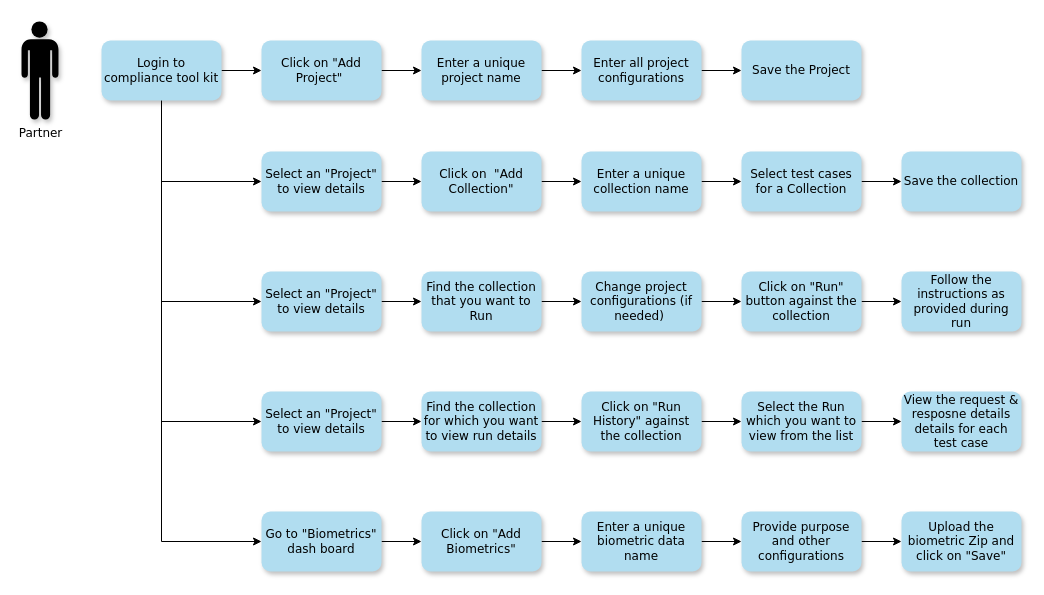
Before: docs/_images/compliance-toolkit-flow-diagram.drawio in mosip/documentation, a draw.io diagram. Source tidied: cells renumbered, new cells numbered last; positions are measured from the earlier drawing's top-left corner, leaving out a move shared by most shapes. Both pictures are drawn from the tidied source at 100%, with x=0, y=0 at pixel (21, 21).
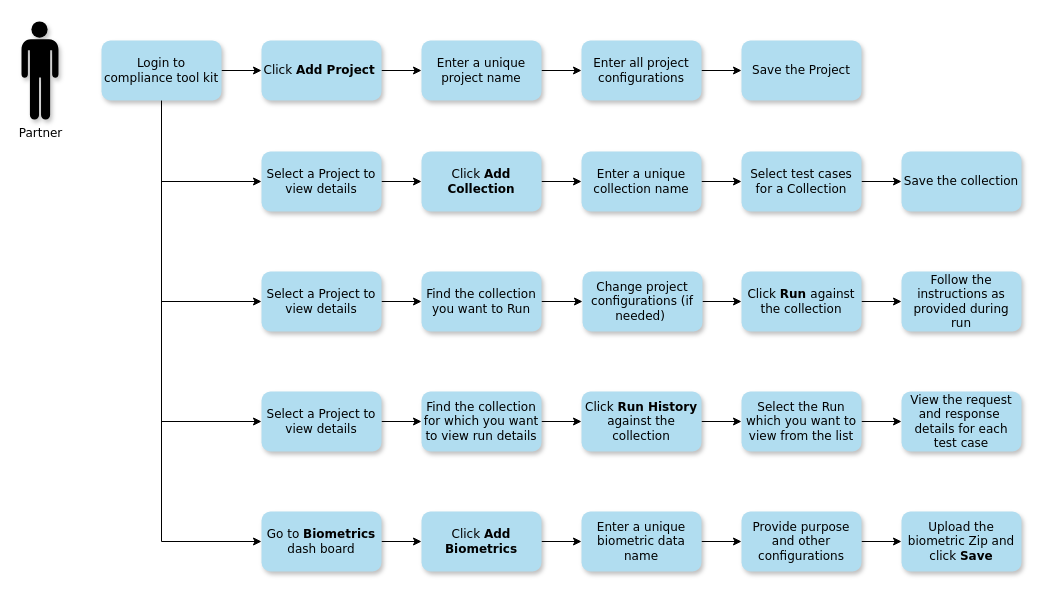
Above is the later version.

What changed in the source:
```diff
@@
-    <mxCell id="10" value="Click on &quot;Add Project&quot;&amp;nbsp;" style="rounded=1;whiteSpace=wrap;html=1;fontFamily=Verdana;fillColor=#b1ddf0;strokeColor=none;shadow=1;" parent="1" vertex="1">
+    <mxCell id="10" value="Click &lt;b&gt;Add Project&lt;/b&gt;&amp;nbsp;" style="rounded=1;whiteSpace=wrap;html=1;fontFamily=Verdana;fillColor=#b1ddf0;strokeColor=none;shadow=1;" parent="1" vertex="1">
       <mxGeometry x="240" y="19" width="120" height="60" as="geometry" />
     </mxCell>
@@
-    <mxCell id="15" value="Select an &quot;Project&quot; to view details" style="rounded=1;whiteSpace=wrap;html=1;fontFamily=Verdana;fillColor=#b1ddf0;strokeColor=none;shadow=1;" parent="1" vertex="1">
+    <mxCell id="15" value="Select a Project to view details" style="rounded=1;whiteSpace=wrap;html=1;fontFamily=Verdana;fillColor=#b1ddf0;strokeColor=none;shadow=1;" parent="1" vertex="1">
       <mxGeometry x="240" y="130" width="120" height="60" as="geometry" />
     </mxCell>
@@
-    <mxCell id="17" value="Click on&amp;nbsp; &quot;Add Collection&quot;" style="rounded=1;whiteSpace=wrap;html=1;fontFamily=Verdana;fillColor=#b1ddf0;strokeColor=none;shadow=1;" parent="1" vertex="1">
+    <mxCell id="17" value="Click &lt;b&gt;Add Collection&lt;/b&gt;" style="rounded=1;whiteSpace=wrap;html=1;fontFamily=Verdana;fillColor=#b1ddf0;strokeColor=none;shadow=1;" parent="1" vertex="1">
       <mxGeometry x="400" y="130" width="120" height="60" as="geometry" />
     </mxCell>
@@
-    <mxCell id="26" value="Select an &quot;Project&quot; to view details" style="rounded=1;whiteSpace=wrap;html=1;fontFamily=Verdana;fillColor=#b1ddf0;strokeColor=none;shadow=1;" parent="1" vertex="1">
+    <mxCell id="26" value="Select a Project to view details" style="rounded=1;whiteSpace=wrap;html=1;fontFamily=Verdana;fillColor=#b1ddf0;strokeColor=none;shadow=1;" parent="1" vertex="1">
       <mxGeometry x="240" y="250" width="120" height="60" as="geometry" />
     </mxCell>
@@
-    <mxCell id="28" value="Find the collection that you want to Run" style="rounded=1;whiteSpace=wrap;html=1;fontFamily=Verdana;fillColor=#b1ddf0;strokeColor=none;shadow=1;" parent="1" vertex="1">
+    <mxCell id="28" value="Find the collection you want to Run" style="rounded=1;whiteSpace=wrap;html=1;fontFamily=Verdana;fillColor=#b1ddf0;strokeColor=none;shadow=1;" parent="1" vertex="1">
       <mxGeometry x="400" y="250" width="120" height="60" as="geometry" />
     </mxCell>
@@
     <mxCell id="30" value="Change project configurations (if needed)&amp;nbsp;" style="rounded=1;whiteSpace=wrap;html=1;fontFamily=Verdana;fillColor=#b1ddf0;strokeColor=none;shadow=1;" parent="1" vertex="1">
-      <mxGeometry x="560" y="250" width="120" height="60" as="geometry" />
+      <mxGeometry x="561" y="250" width="120" height="60" as="geometry" />
     </mxCell>
@@
-    <mxCell id="32" value="Click on &quot;Run&quot; button against the collection" style="rounded=1;whiteSpace=wrap;html=1;fontFamily=Verdana;fillColor=#b1ddf0;strokeColor=none;shadow=1;" parent="1" vertex="1">
+    <mxCell id="32" value="Click &lt;b&gt;Run &lt;/b&gt;against the collection" style="rounded=1;whiteSpace=wrap;html=1;fontFamily=Verdana;fillColor=#b1ddf0;strokeColor=none;shadow=1;" parent="1" vertex="1">
       <mxGeometry x="720" y="250" width="120" height="60" as="geometry" />
     </mxCell>
@@
-    <mxCell id="35" value="Go to &quot;Biometrics&quot; dash board" style="rounded=1;whiteSpace=wrap;html=1;fontFamily=Verdana;fillColor=#b1ddf0;strokeColor=none;shadow=1;" parent="1" vertex="1">
+    <mxCell id="35" value="Go to &lt;b&gt;Biometrics&lt;/b&gt; dash board" style="rounded=1;whiteSpace=wrap;html=1;fontFamily=Verdana;fillColor=#b1ddf0;strokeColor=none;shadow=1;" parent="1" vertex="1">
       <mxGeometry x="240" y="490" width="120" height="60" as="geometry" />
     </mxCell>
@@
-    <mxCell id="37" value="Click on &quot;Add Biometrics&quot;" style="rounded=1;whiteSpace=wrap;html=1;fontFamily=Verdana;fillColor=#b1ddf0;strokeColor=none;shadow=1;" parent="1" vertex="1">
+    <mxCell id="37" value="Click &lt;b&gt;Add Biometrics&lt;/b&gt;" style="rounded=1;whiteSpace=wrap;html=1;fontFamily=Verdana;fillColor=#b1ddf0;strokeColor=none;shadow=1;" parent="1" vertex="1">
       <mxGeometry x="400" y="490" width="120" height="60" as="geometry" />
     </mxCell>
@@
-    <mxCell id="42" value="Upload the biometric Zip and click on &quot;Save&quot;" style="rounded=1;whiteSpace=wrap;html=1;fontFamily=Verdana;fillColor=#b1ddf0;strokeColor=none;shadow=1;" parent="1" vertex="1">
+    <mxCell id="42" value="Upload the biometric Zip and click &lt;b&gt;Save&lt;/b&gt;" style="rounded=1;whiteSpace=wrap;html=1;fontFamily=Verdana;fillColor=#b1ddf0;strokeColor=none;shadow=1;" parent="1" vertex="1">
       <mxGeometry x="880" y="490" width="120" height="60" as="geometry" />
     </mxCell>
@@
-    <mxCell id="44" value="Select an &quot;Project&quot; to view details" style="rounded=1;whiteSpace=wrap;html=1;fontFamily=Verdana;fillColor=#b1ddf0;strokeColor=none;shadow=1;" parent="1" vertex="1">
+    <mxCell id="44" value="Select a Project to view details" style="rounded=1;whiteSpace=wrap;html=1;fontFamily=Verdana;fillColor=#b1ddf0;strokeColor=none;shadow=1;" parent="1" vertex="1">
       <mxGeometry x="240" y="370" width="120" height="60" as="geometry" />
     </mxCell>
@@
-    <mxCell id="48" value="Click on &quot;Run History&quot; against the collection" style="rounded=1;whiteSpace=wrap;html=1;fontFamily=Verdana;fillColor=#b1ddf0;strokeColor=none;shadow=1;" parent="1" vertex="1">
+    <mxCell id="48" value="Click &lt;b&gt;Run History&lt;/b&gt; against the collection" style="rounded=1;whiteSpace=wrap;html=1;fontFamily=Verdana;fillColor=#b1ddf0;strokeColor=none;shadow=1;" parent="1" vertex="1">
       <mxGeometry x="560" y="370" width="120" height="60" as="geometry" />
     </mxCell>
@@
-    <mxCell id="51" value="View the request &amp;amp; resposne details details for each test case" style="rounded=1;whiteSpace=wrap;html=1;fontFamily=Verdana;fillColor=#b1ddf0;strokeColor=none;shadow=1;" parent="1" vertex="1">
+    <mxCell id="51" value="View the request and response&amp;nbsp; details for each test case" style="rounded=1;whiteSpace=wrap;html=1;fontFamily=Verdana;fillColor=#b1ddf0;strokeColor=none;shadow=1;" parent="1" vertex="1">
       <mxGeometry x="880" y="370" width="120" height="60" as="geometry" />
     </mxCell>
```
